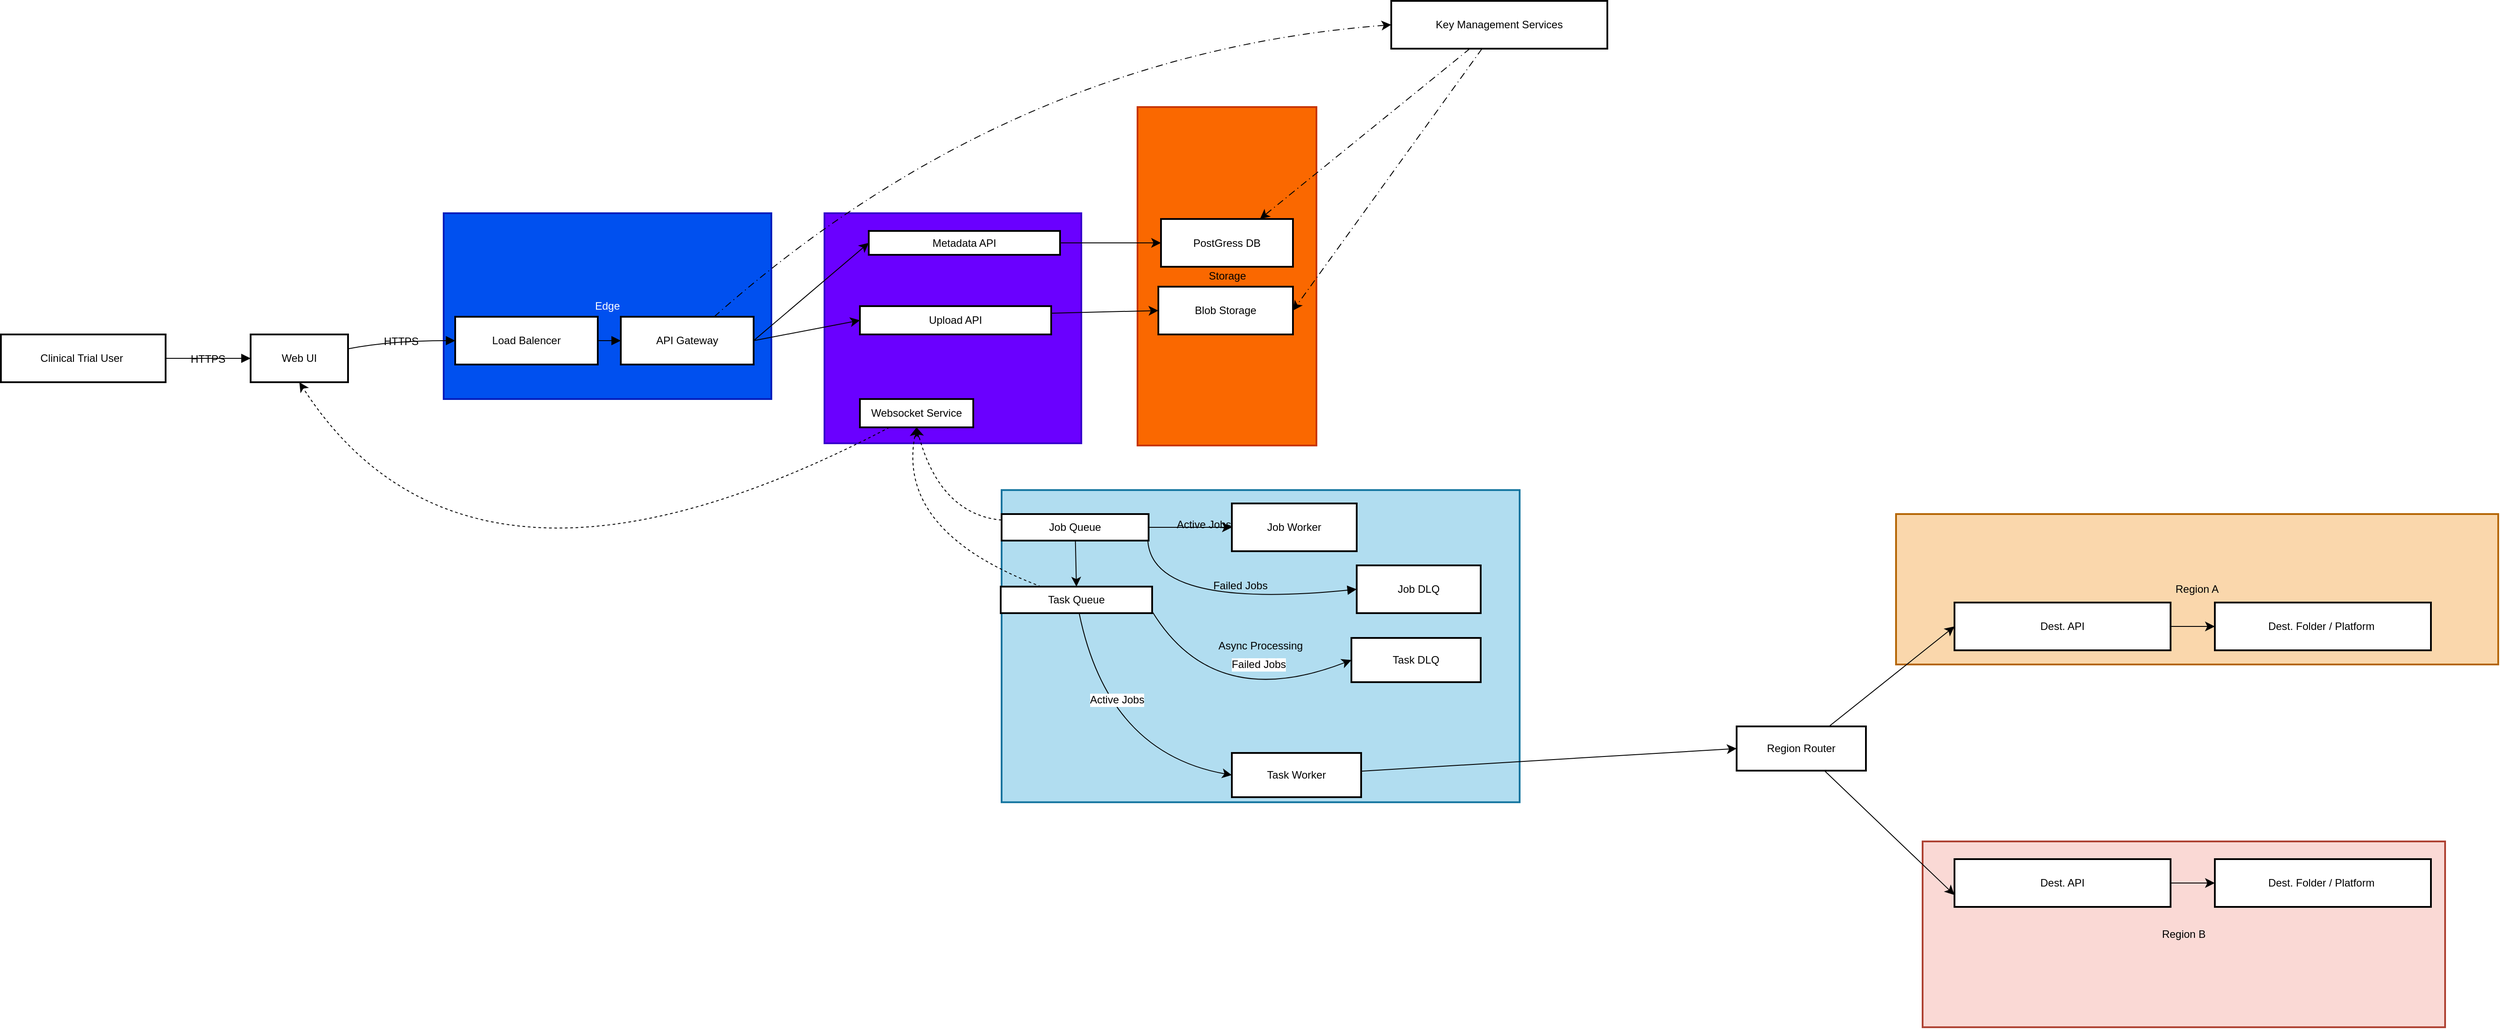
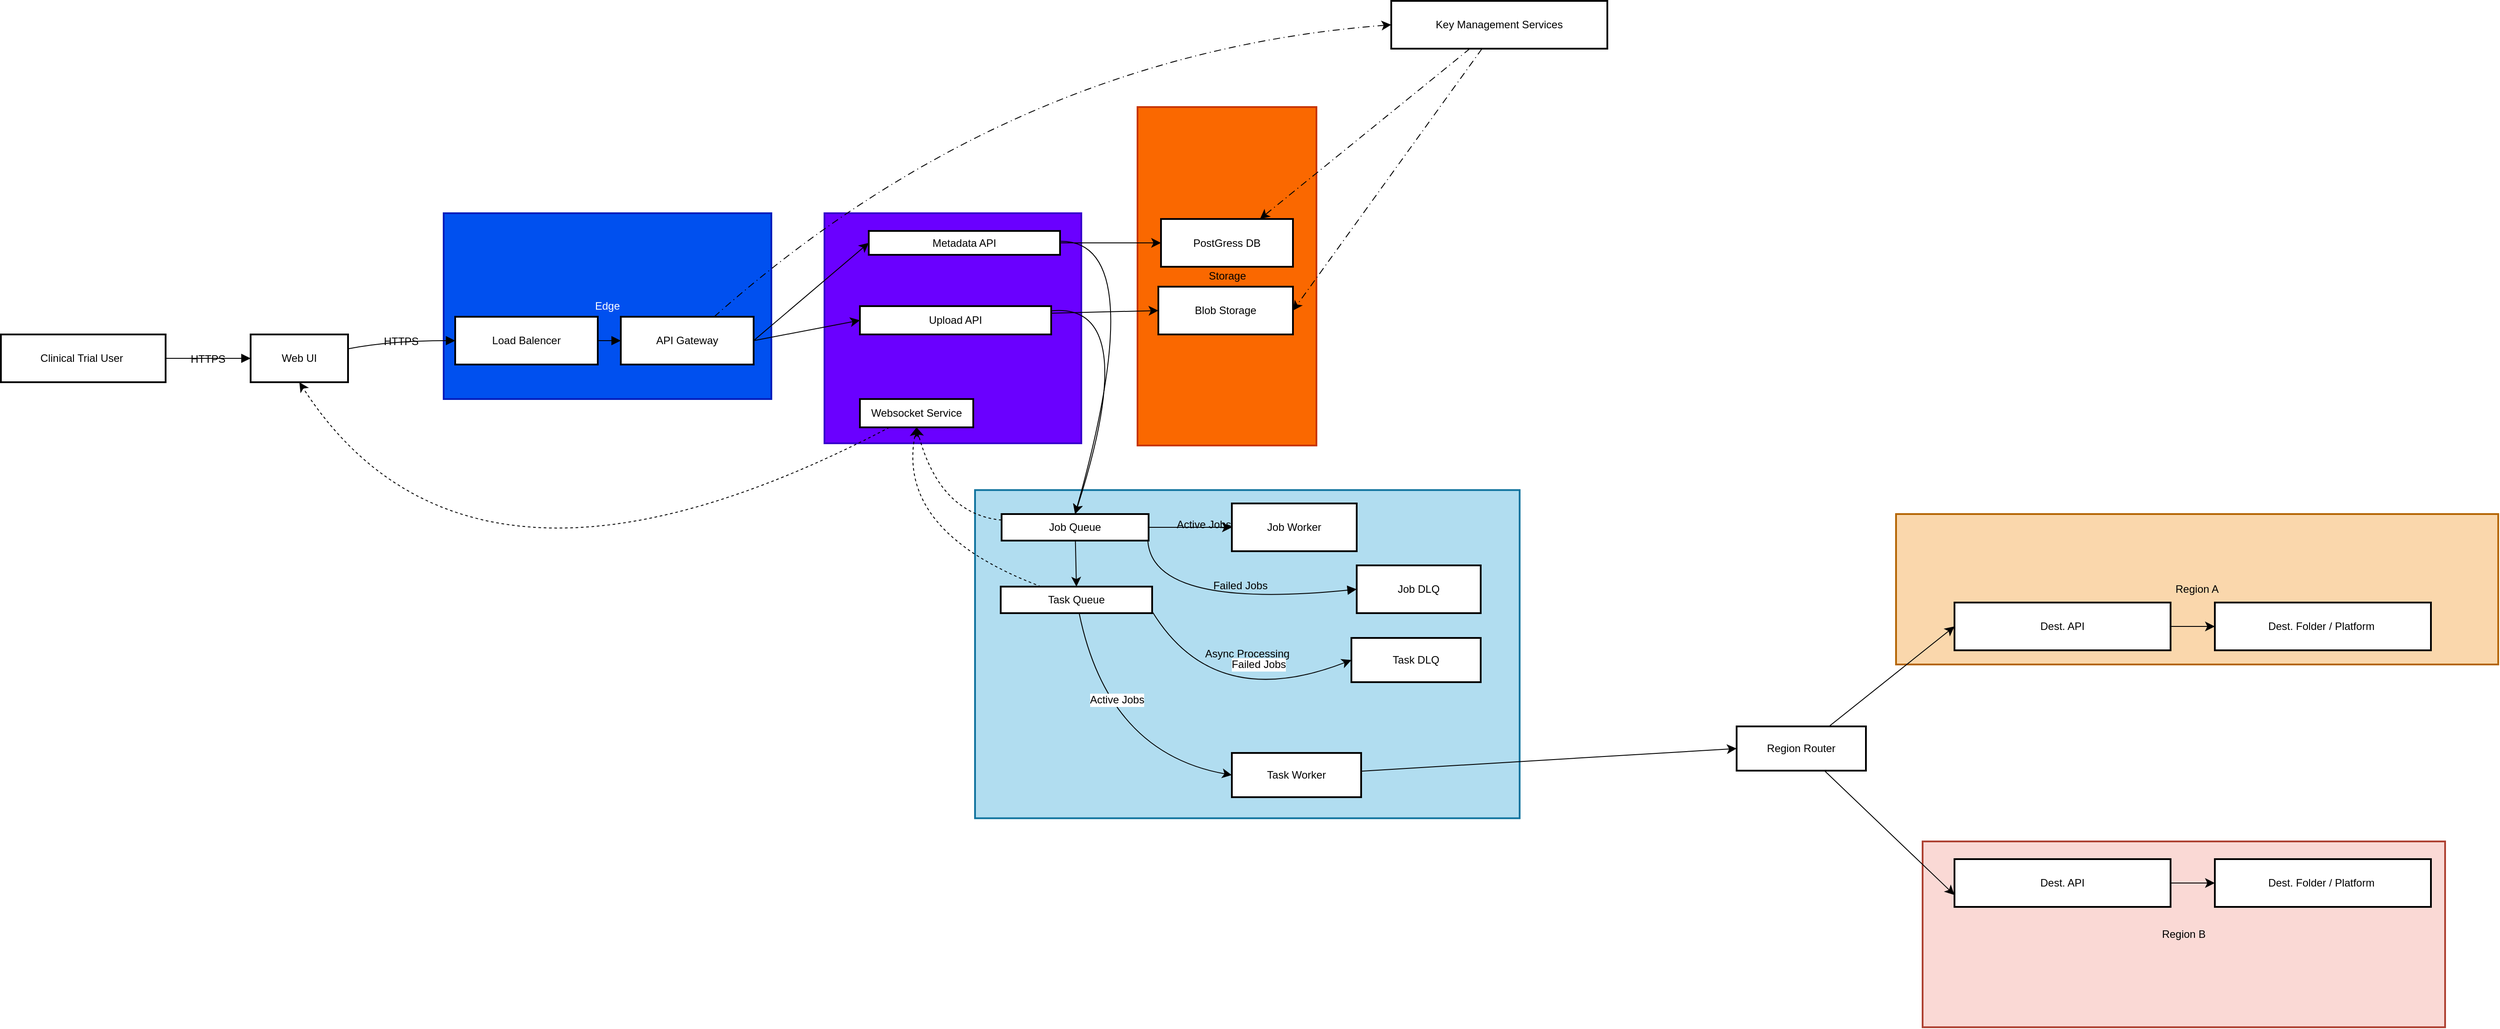
<mxfile host="app.diagrams.net">
  <diagram name="Overall-Diagram" id="Xauzskn0iYLa3f8TggF1">
    <mxGraphModel dx="1478" dy="1926" grid="1" gridSize="10" guides="1" tooltips="1" connect="1" arrows="1" fold="1" page="1" pageScale="1" pageWidth="850" pageHeight="1100" background="none" math="0" shadow="0">
      <root>
        <mxCell id="0" />
        <mxCell id="1" parent="0" />
        <mxCell id="tPvMw2njpGqdJi2HAjV1-28" parent="1" style="whiteSpace=wrap;strokeWidth=2;rounded=0;labelBackgroundColor=none;fillColor=#fad9d5;strokeColor=#ae4132;" value="Region B" vertex="1">
          <mxGeometry height="210" width="590" x="2270" y="750" as="geometry" />
        </mxCell>
        <mxCell id="tPvMw2njpGqdJi2HAjV1-27" parent="1" style="whiteSpace=wrap;strokeWidth=2;rounded=0;labelBackgroundColor=none;fillColor=#fad7ac;strokeColor=#b46504;" value="Region A" vertex="1">
          <mxGeometry height="170" width="680" x="2240" y="380" as="geometry" />
        </mxCell>
        <mxCell id="LGeiLnGPZ_kJypGg9XhN-2" parent="1" style="whiteSpace=wrap;strokeWidth=2;rounded=0;labelBackgroundColor=none;fillColor=#b1ddf0;strokeColor=#10739e;aspect=fixed;" value="Async Processing" vertex="1">
-           <mxGeometry height="352.83" width="584.97" x="1230" y="352.88" as="geometry" />
+           <mxGeometry height="370.92" width="614.97" x="1200" y="352.88" as="geometry" />
        </mxCell>
        <mxCell id="LGeiLnGPZ_kJypGg9XhN-39" edge="1" parent="1" source="LGeiLnGPZ_kJypGg9XhN-14" style="curved=1;startArrow=none;endArrow=block;exitX=1;exitY=0.5;entryX=0;entryY=0.5;rounded=0;fontSize=12;startSize=8;endSize=8;exitDx=0;exitDy=0;labelBackgroundColor=none;fontColor=default;" target="LGeiLnGPZ_kJypGg9XhN-21" value="Failed Jobs">
          <mxGeometry relative="1" x="0.2549" y="18" as="geometry">
            <mxPoint as="offset" />
            <Array as="points">
              <mxPoint x="1380" y="490" />
            </Array>
          </mxGeometry>
        </mxCell>
        <mxCell id="LGeiLnGPZ_kJypGg9XhN-4" parent="1" style="whiteSpace=wrap;strokeWidth=2;rounded=0;labelBackgroundColor=none;fillColor=#6a00ff;fontColor=#ffffff;strokeColor=#3700CC;" value="API Services" vertex="1">
          <mxGeometry height="260" width="290" x="1030" y="40" as="geometry" />
        </mxCell>
        <mxCell id="LGeiLnGPZ_kJypGg9XhN-3" parent="1" style="whiteSpace=wrap;strokeWidth=2;rounded=0;labelBackgroundColor=none;fillColor=#fa6800;fontColor=#000000;strokeColor=#C73500;" value="Storage" vertex="1">
          <mxGeometry height="382.5" width="202" x="1383.5" y="-80" as="geometry" />
        </mxCell>
        <mxCell id="LGeiLnGPZ_kJypGg9XhN-5" parent="1" style="whiteSpace=wrap;strokeWidth=2;rounded=0;labelBackgroundColor=none;fillColor=#0050ef;fontColor=#ffffff;strokeColor=#001DBC;" value="Edge" vertex="1">
          <mxGeometry height="210" width="370" x="600" y="40" as="geometry" />
        </mxCell>
        <mxCell id="LGeiLnGPZ_kJypGg9XhN-6" parent="1" style="whiteSpace=wrap;strokeWidth=2;rounded=0;labelBackgroundColor=none;" value="Clinical Trial User " vertex="1">
          <mxGeometry height="54" width="186" x="100" y="177" as="geometry" />
        </mxCell>
        <mxCell id="LGeiLnGPZ_kJypGg9XhN-7" parent="1" style="whiteSpace=wrap;strokeWidth=2;rounded=0;labelBackgroundColor=none;" value="Web UI" vertex="1">
          <mxGeometry height="54" width="110" x="382" y="177" as="geometry" />
        </mxCell>
        <mxCell id="LGeiLnGPZ_kJypGg9XhN-8" parent="1" style="whiteSpace=wrap;strokeWidth=2;rounded=0;labelBackgroundColor=none;" value="Load Balencer" vertex="1">
          <mxGeometry height="54" width="161" x="613" y="157" as="geometry" />
        </mxCell>
        <mxCell id="ijDLy2rUQYNMrnhEq9o_-15" edge="1" parent="1" source="LGeiLnGPZ_kJypGg9XhN-9" style="edgeStyle=none;curved=1;rounded=0;orthogonalLoop=1;jettySize=auto;html=1;fontSize=12;startSize=8;endSize=8;entryX=0;entryY=0.5;entryDx=0;entryDy=0;labelBackgroundColor=none;fontColor=default;exitX=1;exitY=0.5;exitDx=0;exitDy=0;" target="LGeiLnGPZ_kJypGg9XhN-10">
          <mxGeometry relative="1" as="geometry">
            <mxPoint x="1059.9999999999998" y="229.99999999999977" as="targetPoint" />
          </mxGeometry>
        </mxCell>
        <mxCell id="ijDLy2rUQYNMrnhEq9o_-17" edge="1" parent="1" source="LGeiLnGPZ_kJypGg9XhN-9" style="edgeStyle=none;curved=1;rounded=0;orthogonalLoop=1;jettySize=auto;html=1;entryX=0;entryY=0.5;entryDx=0;entryDy=0;fontSize=12;startSize=8;endSize=8;exitX=1;exitY=0.5;exitDx=0;exitDy=0;" target="LGeiLnGPZ_kJypGg9XhN-11">
          <mxGeometry relative="1" as="geometry">
            <mxPoint x="960" y="190" as="sourcePoint" />
          </mxGeometry>
        </mxCell>
        <mxCell id="tPvMw2njpGqdJi2HAjV1-17" edge="1" parent="1" source="LGeiLnGPZ_kJypGg9XhN-9" style="edgeStyle=none;curved=1;rounded=0;orthogonalLoop=1;jettySize=auto;html=1;entryX=0;entryY=0.5;entryDx=0;entryDy=0;fontSize=12;startSize=8;endSize=8;dashed=1;dashPattern=8 4 1 4;" target="LGeiLnGPZ_kJypGg9XhN-20">
          <mxGeometry relative="1" as="geometry">
            <Array as="points">
              <mxPoint x="1240" y="-140" />
            </Array>
          </mxGeometry>
        </mxCell>
        <mxCell id="LGeiLnGPZ_kJypGg9XhN-9" parent="1" style="whiteSpace=wrap;strokeWidth=2;rounded=0;labelBackgroundColor=none;" value="API Gateway" vertex="1">
          <mxGeometry height="54" width="150" x="800" y="157" as="geometry" />
        </mxCell>
        <mxCell id="ijDLy2rUQYNMrnhEq9o_-19" edge="1" parent="1" source="LGeiLnGPZ_kJypGg9XhN-10" style="edgeStyle=none;curved=1;rounded=0;orthogonalLoop=1;jettySize=auto;html=1;entryX=0;entryY=0.5;entryDx=0;entryDy=0;fontSize=12;startSize=8;endSize=8;exitX=1;exitY=0.5;exitDx=0;exitDy=0;" target="LGeiLnGPZ_kJypGg9XhN-12">
          <mxGeometry relative="1" as="geometry" />
        </mxCell>
+         <mxCell id="ZxT0anLmeUN1lRlBXtKW-1" edge="1" parent="1" source="LGeiLnGPZ_kJypGg9XhN-10" style="edgeStyle=none;curved=1;rounded=0;orthogonalLoop=1;jettySize=auto;html=1;entryX=0.5;entryY=0;entryDx=0;entryDy=0;fontSize=12;startSize=8;endSize=8;" target="LGeiLnGPZ_kJypGg9XhN-14">
+           <mxGeometry relative="1" as="geometry">
+             <Array as="points">
+               <mxPoint x="1400" y="70" />
+             </Array>
+           </mxGeometry>
+         </mxCell>
        <mxCell id="LGeiLnGPZ_kJypGg9XhN-10" parent="1" style="whiteSpace=wrap;strokeWidth=2;rounded=0;labelBackgroundColor=none;" value="Metadata API" vertex="1">
          <mxGeometry height="27" width="216" x="1080" y="60" as="geometry" />
        </mxCell>
        <mxCell id="ijDLy2rUQYNMrnhEq9o_-12" edge="1" parent="1" source="LGeiLnGPZ_kJypGg9XhN-11" style="edgeStyle=none;curved=1;rounded=0;orthogonalLoop=1;jettySize=auto;html=1;entryX=0;entryY=0.5;entryDx=0;entryDy=0;fontSize=12;startSize=8;endSize=8;exitX=1;exitY=0.25;exitDx=0;exitDy=0;labelBackgroundColor=none;fontColor=default;" target="LGeiLnGPZ_kJypGg9XhN-13">
          <mxGeometry relative="1" as="geometry" />
+         </mxCell>
+         <mxCell id="ZxT0anLmeUN1lRlBXtKW-2" edge="1" parent="1" source="LGeiLnGPZ_kJypGg9XhN-11" style="edgeStyle=none;curved=1;rounded=0;orthogonalLoop=1;jettySize=auto;html=1;entryX=0.5;entryY=0;entryDx=0;entryDy=0;fontSize=12;startSize=8;endSize=8;" target="LGeiLnGPZ_kJypGg9XhN-14">
+           <mxGeometry relative="1" as="geometry">
+             <Array as="points">
+               <mxPoint x="1390" y="140" />
+             </Array>
+           </mxGeometry>
        </mxCell>
        <mxCell id="LGeiLnGPZ_kJypGg9XhN-11" parent="1" style="whiteSpace=wrap;strokeWidth=2;rounded=0;labelBackgroundColor=none;" value="Upload API" vertex="1">
          <mxGeometry height="32" width="216" x="1070" y="145" as="geometry" />
        </mxCell>
        <mxCell id="ijDLy2rUQYNMrnhEq9o_-5" edge="1" parent="1" source="LGeiLnGPZ_kJypGg9XhN-14" style="edgeStyle=none;curved=1;rounded=0;orthogonalLoop=1;jettySize=auto;html=1;entryX=0;entryY=0.5;entryDx=0;entryDy=0;fontSize=12;startSize=8;endSize=8;labelBackgroundColor=none;fontColor=default;" target="LGeiLnGPZ_kJypGg9XhN-16">
          <mxGeometry relative="1" as="geometry" />
        </mxCell>
        <mxCell id="ijDLy2rUQYNMrnhEq9o_-6" connectable="0" parent="ijDLy2rUQYNMrnhEq9o_-5" style="edgeLabel;html=1;align=center;verticalAlign=middle;resizable=0;points=[];fontSize=12;rounded=0;labelBackgroundColor=none;" value="Active Jobs" vertex="1">
          <mxGeometry relative="1" x="0.3104" y="3" as="geometry">
            <mxPoint as="offset" />
          </mxGeometry>
        </mxCell>
        <mxCell id="ijDLy2rUQYNMrnhEq9o_-9" edge="1" parent="1" source="LGeiLnGPZ_kJypGg9XhN-14" style="edgeStyle=none;curved=1;rounded=0;orthogonalLoop=1;jettySize=auto;html=1;entryX=0.5;entryY=0;entryDx=0;entryDy=0;fontSize=12;startSize=8;endSize=8;labelBackgroundColor=none;fontColor=default;" target="LGeiLnGPZ_kJypGg9XhN-15">
          <mxGeometry relative="1" as="geometry" />
        </mxCell>
        <mxCell id="tPvMw2njpGqdJi2HAjV1-2" edge="1" parent="1" source="LGeiLnGPZ_kJypGg9XhN-14" style="edgeStyle=none;curved=1;rounded=0;orthogonalLoop=1;jettySize=auto;html=1;fontSize=12;startSize=8;endSize=8;entryX=0.5;entryY=1;entryDx=0;entryDy=0;dashed=1;" target="LGeiLnGPZ_kJypGg9XhN-18">
          <mxGeometry relative="1" as="geometry">
            <Array as="points">
              <mxPoint x="1160" y="380" />
            </Array>
            <mxPoint x="1150" y="490" as="targetPoint" />
          </mxGeometry>
        </mxCell>
        <mxCell id="LGeiLnGPZ_kJypGg9XhN-14" parent="1" style="whiteSpace=wrap;strokeWidth=2;rounded=0;labelBackgroundColor=none;" value="Job Queue" vertex="1">
          <mxGeometry height="30" width="166" x="1230" y="380" as="geometry" />
        </mxCell>
        <mxCell id="tPvMw2njpGqdJi2HAjV1-1" edge="1" parent="1" style="edgeStyle=none;curved=1;rounded=0;orthogonalLoop=1;jettySize=auto;html=1;entryX=0;entryY=0.5;entryDx=0;entryDy=0;fontSize=12;startSize=8;endSize=8;" target="LGeiLnGPZ_kJypGg9XhN-22" value="Failed Jobs">
          <mxGeometry relative="1" x="0.337" y="33" as="geometry">
            <mxPoint as="offset" />
            <Array as="points">
              <mxPoint x="1470" y="605" />
            </Array>
            <mxPoint x="1400" y="490" as="sourcePoint" />
          </mxGeometry>
        </mxCell>
        <mxCell id="tPvMw2njpGqdJi2HAjV1-22" edge="1" parent="1" source="LGeiLnGPZ_kJypGg9XhN-15" style="edgeStyle=none;curved=1;rounded=0;orthogonalLoop=1;jettySize=auto;html=1;entryX=0;entryY=0.5;entryDx=0;entryDy=0;fontSize=12;startSize=8;endSize=8;" target="LGeiLnGPZ_kJypGg9XhN-17" value="Active Jobs">
          <mxGeometry relative="1" x="-0.3112" y="22" as="geometry">
            <mxPoint as="offset" />
            <Array as="points">
              <mxPoint x="1350" y="650" />
            </Array>
          </mxGeometry>
        </mxCell>
        <mxCell id="tPvMw2njpGqdJi2HAjV1-30" edge="1" parent="1" source="LGeiLnGPZ_kJypGg9XhN-15" style="edgeStyle=none;curved=1;rounded=0;orthogonalLoop=1;jettySize=auto;html=1;entryX=0.5;entryY=1;entryDx=0;entryDy=0;fontSize=12;startSize=8;endSize=8;dashed=1;" target="LGeiLnGPZ_kJypGg9XhN-18">
          <mxGeometry relative="1" as="geometry">
            <Array as="points">
              <mxPoint x="1110" y="400" />
            </Array>
          </mxGeometry>
        </mxCell>
        <mxCell id="LGeiLnGPZ_kJypGg9XhN-15" parent="1" style="whiteSpace=wrap;strokeWidth=2;rounded=0;labelBackgroundColor=none;" value="Task Queue" vertex="1">
          <mxGeometry height="30" width="171" x="1229" y="462" as="geometry" />
        </mxCell>
        <mxCell id="LGeiLnGPZ_kJypGg9XhN-16" parent="1" style="whiteSpace=wrap;strokeWidth=2;rounded=0;labelBackgroundColor=none;" value="Job Worker" vertex="1">
          <mxGeometry height="54" width="141" x="1490" y="368" as="geometry" />
        </mxCell>
        <mxCell id="tPvMw2njpGqdJi2HAjV1-11" edge="1" parent="1" source="LGeiLnGPZ_kJypGg9XhN-17" style="edgeStyle=none;curved=1;rounded=0;orthogonalLoop=1;jettySize=auto;html=1;entryX=0;entryY=0.5;entryDx=0;entryDy=0;fontSize=12;startSize=8;endSize=8;" target="tPvMw2njpGqdJi2HAjV1-6">
          <mxGeometry relative="1" as="geometry" />
        </mxCell>
        <mxCell id="LGeiLnGPZ_kJypGg9XhN-17" parent="1" style="whiteSpace=wrap;strokeWidth=2;rounded=0;labelBackgroundColor=none;" value="Task Worker" vertex="1">
          <mxGeometry height="50" width="146" x="1490" y="650" as="geometry" />
        </mxCell>
        <mxCell id="tPvMw2njpGqdJi2HAjV1-18" edge="1" parent="1" source="LGeiLnGPZ_kJypGg9XhN-20" style="edgeStyle=none;curved=1;rounded=0;orthogonalLoop=1;jettySize=auto;html=1;entryX=0.75;entryY=0;entryDx=0;entryDy=0;fontSize=12;startSize=8;endSize=8;dashed=1;dashPattern=8 4 1 4;" target="LGeiLnGPZ_kJypGg9XhN-12">
          <mxGeometry relative="1" as="geometry" />
        </mxCell>
        <mxCell id="tPvMw2njpGqdJi2HAjV1-19" edge="1" parent="1" source="LGeiLnGPZ_kJypGg9XhN-20" style="edgeStyle=none;curved=1;rounded=0;orthogonalLoop=1;jettySize=auto;html=1;entryX=1;entryY=0.5;entryDx=0;entryDy=0;fontSize=12;startSize=8;endSize=8;dashed=1;dashPattern=8 4 1 4;" target="LGeiLnGPZ_kJypGg9XhN-13">
          <mxGeometry relative="1" as="geometry" />
        </mxCell>
        <mxCell id="LGeiLnGPZ_kJypGg9XhN-20" parent="1" style="whiteSpace=wrap;strokeWidth=2;rounded=0;labelBackgroundColor=none;" value="Key Management Services" vertex="1">
          <mxGeometry height="54" width="244" x="1670" y="-200" as="geometry" />
        </mxCell>
        <mxCell id="LGeiLnGPZ_kJypGg9XhN-21" parent="1" style="whiteSpace=wrap;strokeWidth=2;rounded=0;labelBackgroundColor=none;" value="Job DLQ" vertex="1">
          <mxGeometry height="54" width="140" x="1631" y="438" as="geometry" />
        </mxCell>
        <mxCell id="LGeiLnGPZ_kJypGg9XhN-22" parent="1" style="whiteSpace=wrap;strokeWidth=2;rounded=0;labelBackgroundColor=none;" value="Task DLQ" vertex="1">
          <mxGeometry height="50" width="146" x="1625" y="520" as="geometry" />
        </mxCell>
        <mxCell id="LGeiLnGPZ_kJypGg9XhN-23" edge="1" parent="1" source="LGeiLnGPZ_kJypGg9XhN-6" style="curved=1;startArrow=none;endArrow=block;exitX=1;exitY=0.5;entryX=0;entryY=0.5;rounded=0;fontSize=12;startSize=8;endSize=8;labelBackgroundColor=none;fontColor=default;" target="LGeiLnGPZ_kJypGg9XhN-7" value="HTTPS">
          <mxGeometry relative="1" as="geometry">
            <Array as="points" />
          </mxGeometry>
        </mxCell>
        <mxCell id="LGeiLnGPZ_kJypGg9XhN-24" edge="1" parent="1" source="LGeiLnGPZ_kJypGg9XhN-7" style="curved=1;startArrow=none;endArrow=block;exitX=1;exitY=0.3;entryX=0;entryY=0.5;rounded=0;fontSize=12;startSize=8;endSize=8;labelBackgroundColor=none;fontColor=default;" target="LGeiLnGPZ_kJypGg9XhN-8" value="HTTPS">
          <mxGeometry relative="1" as="geometry">
            <Array as="points">
              <mxPoint x="540" y="184" />
            </Array>
          </mxGeometry>
        </mxCell>
        <mxCell id="LGeiLnGPZ_kJypGg9XhN-35" edge="1" parent="1" source="LGeiLnGPZ_kJypGg9XhN-8" style="curved=1;startArrow=none;endArrow=block;exitX=1;exitY=0.5;entryX=0;entryY=0.5;rounded=0;fontSize=12;startSize=8;endSize=8;labelBackgroundColor=none;fontColor=default;" target="LGeiLnGPZ_kJypGg9XhN-9" value="">
          <mxGeometry relative="1" as="geometry">
            <Array as="points" />
          </mxGeometry>
        </mxCell>
        <mxCell id="tPvMw2njpGqdJi2HAjV1-29" edge="1" parent="1" source="LGeiLnGPZ_kJypGg9XhN-18" style="edgeStyle=none;curved=1;rounded=0;orthogonalLoop=1;jettySize=auto;html=1;entryX=0.5;entryY=1;entryDx=0;entryDy=0;fontSize=12;startSize=8;endSize=8;dashed=1;" target="LGeiLnGPZ_kJypGg9XhN-7">
          <mxGeometry relative="1" as="geometry">
            <Array as="points">
              <mxPoint x="630" y="530" />
            </Array>
          </mxGeometry>
        </mxCell>
        <mxCell id="LGeiLnGPZ_kJypGg9XhN-18" parent="1" style="whiteSpace=wrap;strokeWidth=2;rounded=0;labelBackgroundColor=none;" value="Websocket Service" vertex="1">
          <mxGeometry height="32" width="128" x="1070" y="250" as="geometry" />
        </mxCell>
        <mxCell id="LGeiLnGPZ_kJypGg9XhN-13" parent="1" style="whiteSpace=wrap;strokeWidth=2;rounded=0;labelBackgroundColor=none;" value="Blob Storage" vertex="1">
          <mxGeometry height="54" width="152" x="1407" y="123" as="geometry" />
        </mxCell>
        <mxCell id="LGeiLnGPZ_kJypGg9XhN-12" parent="1" style="whiteSpace=wrap;strokeWidth=2;rounded=0;labelBackgroundColor=none;" value="PostGress DB" vertex="1">
          <mxGeometry height="54" width="149" x="1410" y="46.5" as="geometry" />
        </mxCell>
        <mxCell id="tPvMw2njpGqdJi2HAjV1-12" edge="1" parent="1" source="tPvMw2njpGqdJi2HAjV1-6" style="edgeStyle=none;curved=1;rounded=0;orthogonalLoop=1;jettySize=auto;html=1;entryX=0;entryY=0.5;entryDx=0;entryDy=0;fontSize=12;startSize=8;endSize=8;" target="tPvMw2njpGqdJi2HAjV1-8">
          <mxGeometry relative="1" as="geometry" />
        </mxCell>
        <mxCell id="tPvMw2njpGqdJi2HAjV1-13" edge="1" parent="1" source="tPvMw2njpGqdJi2HAjV1-6" style="edgeStyle=none;curved=1;rounded=0;orthogonalLoop=1;jettySize=auto;html=1;entryX=0;entryY=0.75;entryDx=0;entryDy=0;fontSize=12;startSize=8;endSize=8;" target="tPvMw2njpGqdJi2HAjV1-10">
          <mxGeometry relative="1" as="geometry" />
        </mxCell>
        <mxCell id="tPvMw2njpGqdJi2HAjV1-6" parent="1" style="whiteSpace=wrap;strokeWidth=2;rounded=0;labelBackgroundColor=none;" value="Region Router" vertex="1">
          <mxGeometry height="50" width="146" x="2060" y="620" as="geometry" />
        </mxCell>
        <mxCell id="tPvMw2njpGqdJi2HAjV1-7" parent="1" style="whiteSpace=wrap;strokeWidth=2;rounded=0;labelBackgroundColor=none;" value="Dest. Folder / Platform " vertex="1">
          <mxGeometry height="54" width="244" x="2600" y="480" as="geometry" />
        </mxCell>
        <mxCell id="tPvMw2njpGqdJi2HAjV1-15" edge="1" parent="1" source="tPvMw2njpGqdJi2HAjV1-8" style="edgeStyle=none;curved=1;rounded=0;orthogonalLoop=1;jettySize=auto;html=1;fontSize=12;startSize=8;endSize=8;" target="tPvMw2njpGqdJi2HAjV1-7" value="">
          <mxGeometry relative="1" as="geometry" />
        </mxCell>
        <mxCell id="tPvMw2njpGqdJi2HAjV1-8" parent="1" style="whiteSpace=wrap;strokeWidth=2;rounded=0;labelBackgroundColor=none;" value="Dest. API" vertex="1">
          <mxGeometry height="54" width="244" x="2306" y="480" as="geometry" />
        </mxCell>
        <mxCell id="tPvMw2njpGqdJi2HAjV1-9" parent="1" style="whiteSpace=wrap;strokeWidth=2;rounded=0;labelBackgroundColor=none;" value="Dest. Folder / Platform " vertex="1">
          <mxGeometry height="54" width="244" x="2600" y="770" as="geometry" />
        </mxCell>
        <mxCell id="tPvMw2njpGqdJi2HAjV1-16" edge="1" parent="1" source="tPvMw2njpGqdJi2HAjV1-10" style="edgeStyle=none;curved=1;rounded=0;orthogonalLoop=1;jettySize=auto;html=1;fontSize=12;startSize=8;endSize=8;" target="tPvMw2njpGqdJi2HAjV1-9" value="">
          <mxGeometry relative="1" as="geometry" />
        </mxCell>
        <mxCell id="tPvMw2njpGqdJi2HAjV1-10" parent="1" style="whiteSpace=wrap;strokeWidth=2;rounded=0;labelBackgroundColor=none;" value="Dest. API" vertex="1">
          <mxGeometry height="54" width="244" x="2306" y="770" as="geometry" />
        </mxCell>
      </root>
    </mxGraphModel>
  </diagram>
</mxfile>
